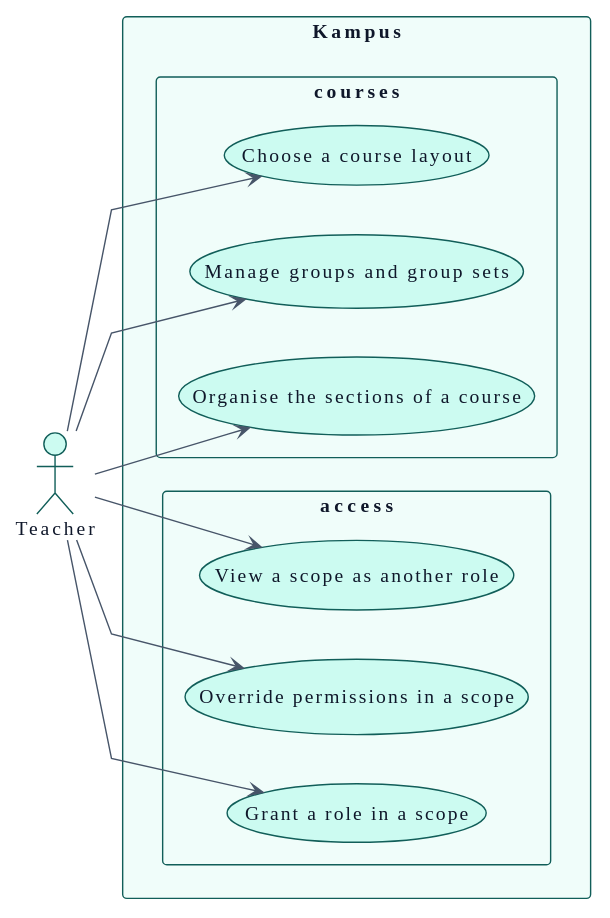
didactika/kampus keeps this PlantUML diagram as docs/01-requirements/use-cases-teacher.svg. Above is the earlier version.
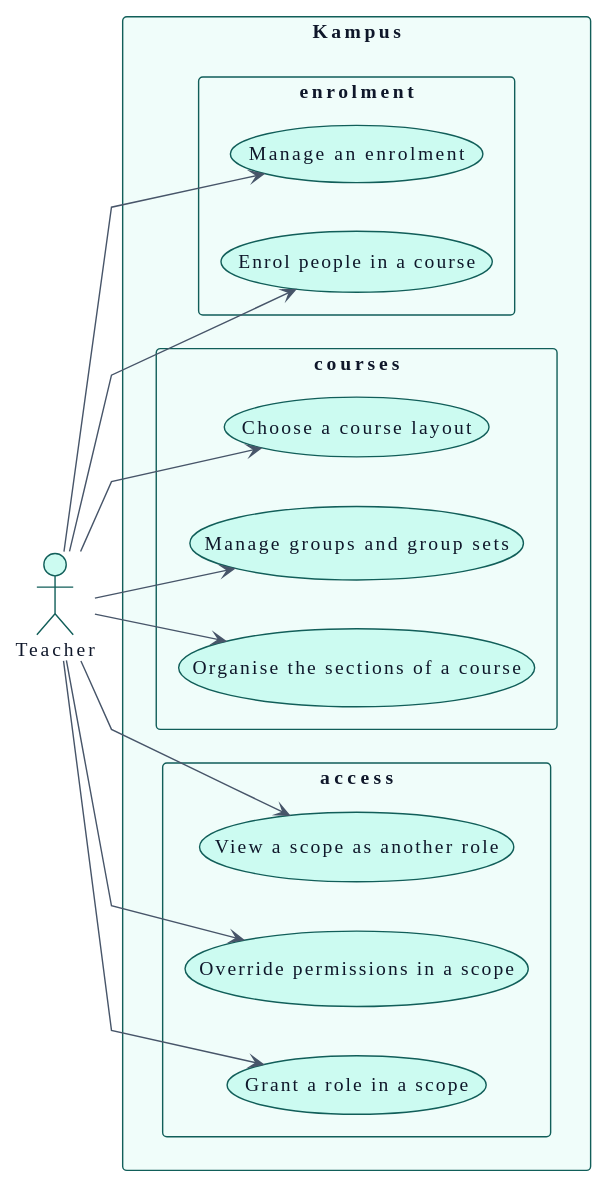
The same file after the commit.

Change to the diagram source:
```diff
@@ -119,6 +119,10 @@
     usecase "Manage groups and group sets" as UC_manageGroups
     usecase "Choose a course layout" as UC_chooseCourseLayout
   }
+  package "enrolment" {
+    usecase "Enrol people in a course" as UC_enrolPeople
+    usecase "Manage an enrolment" as UC_manageEnrolment
+  }
 }
 
 A_Teacher --> UC_grantRole
@@ -127,4 +131,6 @@
 A_Teacher --> UC_organiseSections
 A_Teacher --> UC_manageGroups
 A_Teacher --> UC_chooseCourseLayout
+A_Teacher --> UC_enrolPeople
+A_Teacher --> UC_manageEnrolment
 @enduml
```
